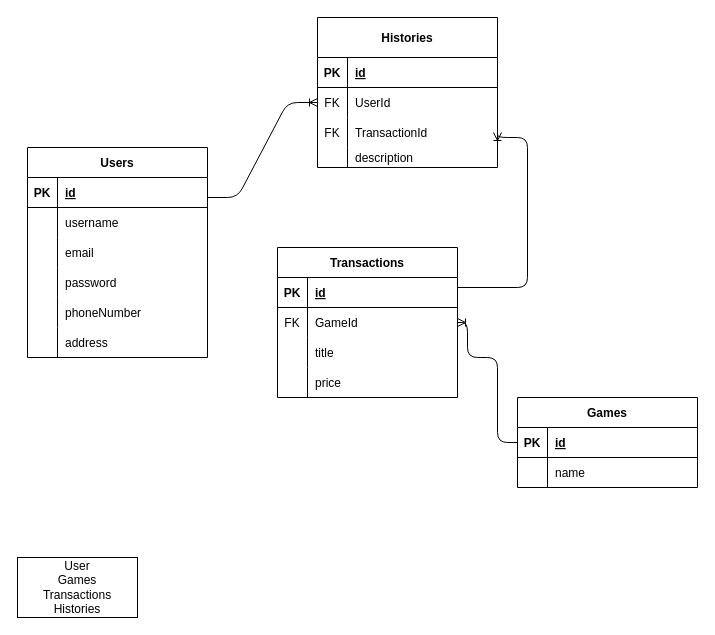
Earlier version of the draw.io diagram erd.drawio (michaelgsthemotivator/serverLodaShop). Source tidied: cells renumbered, new cells numbered last; positions are measured from the earlier drawing's top-left corner, leaving out a move shared by most shapes. Both pictures are drawn from the tidied source at 100%, with x=0, y=0 at pixel (17, 17).
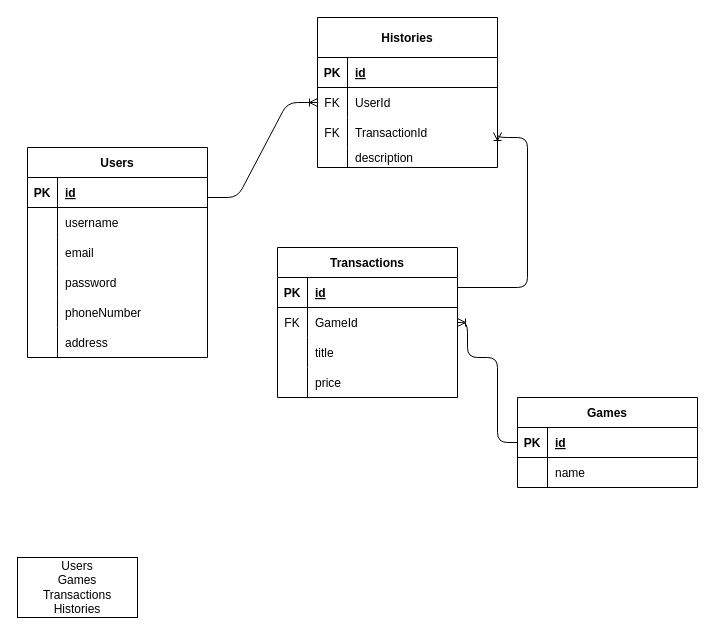
Above is the later version.

The edit, as a diff of the source:
```diff
@@
-    <mxCell id="57" value="User&lt;br&gt;Games&lt;br&gt;Transactions&lt;br&gt;Histories" style="whiteSpace=wrap;html=1;" parent="1" vertex="1">
+    <mxCell id="57" value="Users&lt;br&gt;Games&lt;br&gt;Transactions&lt;br&gt;Histories" style="whiteSpace=wrap;html=1;" parent="1" vertex="1">
       <mxGeometry y="540" width="120" height="60" as="geometry" />
     </mxCell>
```
